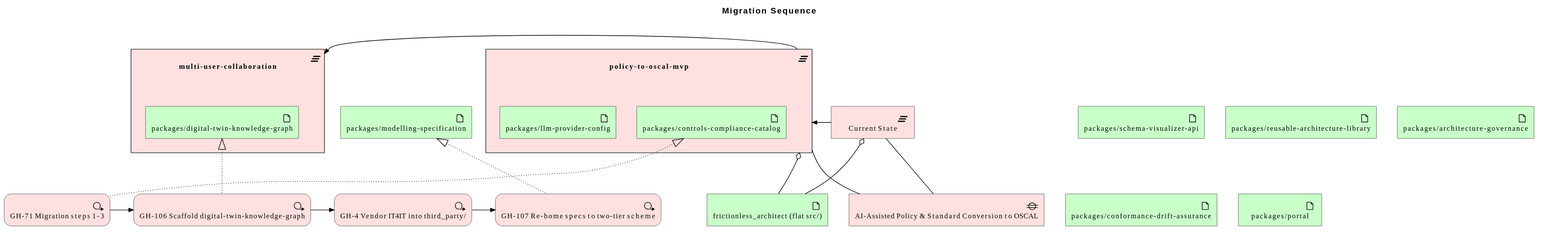
wolffy-au/frictionless-architect keeps this PlantUML diagram as architecture/model/diagrams/migration/sequence.svg. Above is the earlier version.
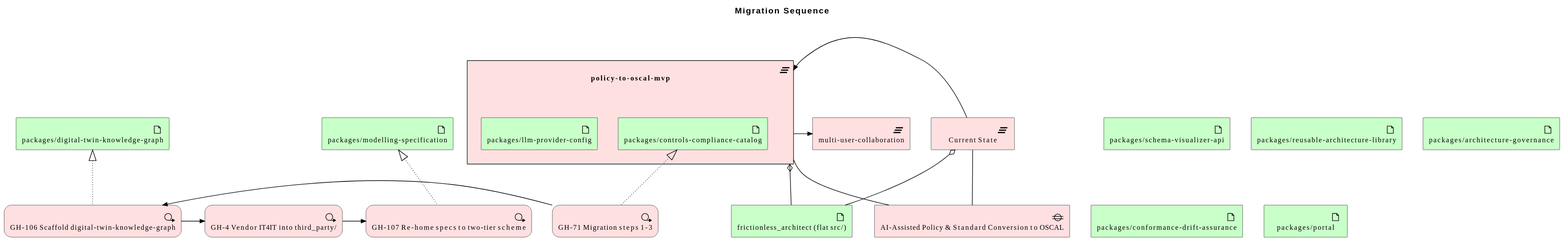
The same file after the commit.

What changed in the source:
```diff
@@ -5,6 +5,7 @@
 
 Technology_Artifact(e_id9b247a70d9f258, "frictionless_architect (flat src/)")
 Technology_Artifact(e_id11f06faa9d2d5d, "packages/schema-visualizer-api")
+Technology_Artifact(e_id69891242354858, "packages/digital-twin-knowledge-graph")
 Technology_Artifact(e_id3ac7123fc98d52, "packages/reusable-architecture-library")
 Technology_Artifact(e_id880eb98a22b15c, "packages/architecture-governance")
 Technology_Artifact(e_idb422fae52e4652, "packages/conformance-drift-assurance")
@@ -16,9 +17,7 @@
 Implementation_WorkPackage(e_id1106e67dd43758, "GH-107 Re-home specs to two-tier scheme")
 Implementation_Plateau(e_id4accde76fa5858, "Current State")
 Implementation_Gap(e_idf4786be9c1c052, "AI-Assisted Policy & Standard Conversion to OSCAL")
-Implementation_Plateau(e_id5024d2087dac51, "multi-user-collaboration") {
-  Technology_Artifact(e_id69891242354858, "packages/digital-twin-knowledge-graph")
-}
+Implementation_Plateau(e_id5024d2087dac51, "multi-user-collaboration")
 Implementation_Plateau(e_idb94c55ad2a0756, "policy-to-oscal-mvp") {
   Technology_Artifact(e_idfcb391a9833b5b, "packages/controls-compliance-catalog")
   Technology_Artifact(e_id2b059f9c51b053, "packages/llm-provider-config")
```
